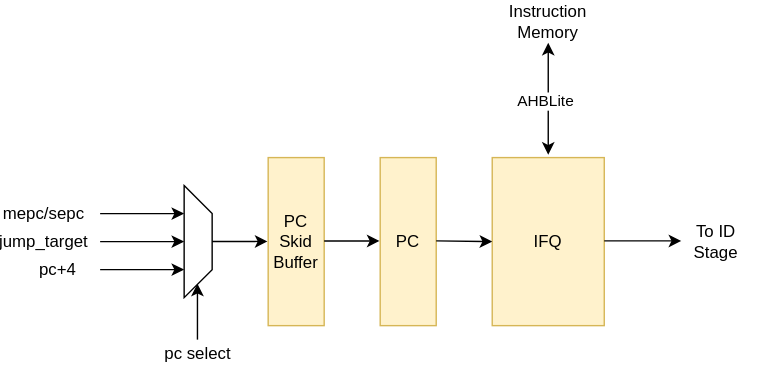
Earlier version of the draw.io export docs/cpu/assets/cpu/IF.drawio.svg (feipenghhq/TinyLinuxRV). Source tidied: cells renumbered, new cells last; positions are measured from the earlier drawing's top-left corner, leaving out a move shared by most shapes.
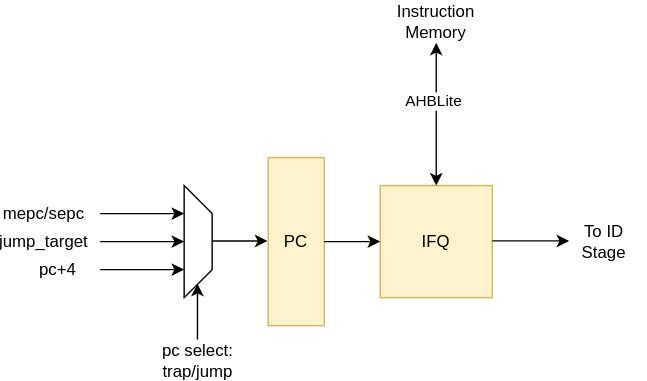
After the commit.

The edit, as a diff of the source:
```diff
@@ -6,63 +6,55 @@
       <mxGeometry x="270" y="112" width="40" height="120" as="geometry" />
     </mxCell>
     <mxCell id="3" style="shape=trapezoid;perimeter=trapezoidPerimeter;whiteSpace=wrap;html=1;shapeInside=1;fixedSize=1;rotation=90;" parent="1" vertex="1">
-      <mxGeometry x="100" y="162" width="80" height="20" as="geometry" />
+      <mxGeometry x="180" y="162" width="80" height="20" as="geometry" />
     </mxCell>
     <mxCell id="4" style="endArrow=classic;html=1;" parent="1" edge="1">
       <mxGeometry relative="1" as="geometry">
-        <mxPoint x="70" y="152" as="sourcePoint" />
-        <mxPoint x="130" y="152" as="targetPoint" />
+        <mxPoint x="150" y="152" as="sourcePoint" />
+        <mxPoint x="210" y="152" as="targetPoint" />
       </mxGeometry>
     </mxCell>
     <mxCell id="5" style="endArrow=classic;html=1;" parent="1" edge="1">
       <mxGeometry relative="1" as="geometry">
-        <mxPoint x="70" y="172" as="sourcePoint" />
-        <mxPoint x="130" y="172" as="targetPoint" />
+        <mxPoint x="150" y="172" as="sourcePoint" />
+        <mxPoint x="210" y="172" as="targetPoint" />
       </mxGeometry>
     </mxCell>
     <mxCell id="6" style="endArrow=classic;html=1;" parent="1" edge="1">
       <mxGeometry relative="1" as="geometry">
-        <mxPoint x="70" y="192" as="sourcePoint" />
-        <mxPoint x="130" y="192" as="targetPoint" />
+        <mxPoint x="150" y="192" as="sourcePoint" />
+        <mxPoint x="210" y="192" as="targetPoint" />
       </mxGeometry>
     </mxCell>
     <mxCell id="7" value="pc+4" style="text;html=1;whiteSpace=wrap;strokeColor=none;fillColor=none;align=center;verticalAlign=middle;rounded=0;" parent="1" vertex="1">
-      <mxGeometry x="10" y="182" width="60" height="20" as="geometry" />
+      <mxGeometry x="90" y="182" width="60" height="20" as="geometry" />
     </mxCell>
     <mxCell id="8" value="jump_target" style="text;html=1;whiteSpace=wrap;strokeColor=none;fillColor=none;align=center;verticalAlign=middle;rounded=0;" parent="1" vertex="1">
-      <mxGeometry y="162" width="60" height="20" as="geometry" />
+      <mxGeometry x="80" y="162" width="60" height="20" as="geometry" />
     </mxCell>
     <mxCell id="9" value="mepc/sepc" style="text;html=1;whiteSpace=wrap;strokeColor=none;fillColor=none;align=center;verticalAlign=middle;rounded=0;" parent="1" vertex="1">
-      <mxGeometry y="142" width="60" height="20" as="geometry" />
+      <mxGeometry x="80" y="142" width="60" height="20" as="geometry" />
     </mxCell>
     <mxCell id="10" style="endArrow=classic;html=1;" parent="1" edge="1">
       <mxGeometry relative="1" as="geometry">
-        <mxPoint x="139.5" y="242" as="sourcePoint" />
-        <mxPoint x="139.5" y="202" as="targetPoint" />
+        <mxPoint x="219.5" y="242" as="sourcePoint" />
+        <mxPoint x="219.5" y="202" as="targetPoint" />
       </mxGeometry>
     </mxCell>
-    <mxCell id="11" value="pc select" style="text;html=1;whiteSpace=wrap;strokeColor=none;fillColor=none;align=center;verticalAlign=middle;rounded=0;" parent="1" vertex="1">
-      <mxGeometry x="110" y="242" width="60" height="20" as="geometry" />
+    <mxCell id="11" value="pc select:&lt;div&gt;trap/jump&lt;/div&gt;" style="text;html=1;whiteSpace=wrap;strokeColor=none;fillColor=none;align=center;verticalAlign=middle;rounded=0;" parent="1" vertex="1">
+      <mxGeometry x="170" y="242" width="100" height="30" as="geometry" />
     </mxCell>
-    <mxCell id="12" style="edgeStyle=none;html=1;entryX=-0.012;entryY=0.332;entryDx=0;entryDy=0;entryPerimeter=0;" parent="1" edge="1">
-      <mxGeometry relative="1" as="geometry">
-        <mxPoint x="150" y="171.9" as="sourcePoint" />
-        <mxPoint x="189.5" y="171.8" as="targetPoint" />
-      </mxGeometry>
-    </mxCell>
     <mxCell id="13" value="Instruction Memory" style="text;html=1;whiteSpace=wrap;strokeColor=none;fillColor=none;align=center;verticalAlign=middle;rounded=0;" parent="1" vertex="1">
       <mxGeometry x="360" width="60" height="30" as="geometry" />
     </mxCell>
     <mxCell id="14" value="IFQ" style="rounded=0;whiteSpace=wrap;html=1;fillColor=#fff2cc;strokeColor=#d6b656;" parent="1" vertex="1">
-      <mxGeometry x="350" y="112" width="80" height="120" as="geometry" />
+      <mxGeometry x="350" y="132" width="80" height="80" as="geometry" />
     </mxCell>
-    <mxCell id="15" style="endArrow=classic;startArrow=classic;html=1;" parent="1" edge="1" target="13">
-      <mxGeometry relative="1" as="geometry">
-        <mxPoint x="390" y="110" as="sourcePoint" />
-      </mxGeometry>
+    <mxCell id="15" style="endArrow=classic;startArrow=classic;html=1;exitX=0.5;exitY=0;exitDx=0;exitDy=0;" parent="1" edge="1" source="14" target="13">
+      <mxGeometry relative="1" as="geometry" />
     </mxCell>
     <mxCell id="16" value="AHBLite" style="edgeLabel;html=1;align=center;verticalAlign=middle;inheritText=1;" parent="15" vertex="1">
-      <mxGeometry x="-0.02" y="3" relative="1" as="geometry" />
+      <mxGeometry x="0.17" y="3" relative="1" as="geometry" />
     </mxCell>
     <mxCell id="17" style="endArrow=classic;html=1;" parent="1" edge="1">
       <mxGeometry relative="1" as="geometry">
@@ -73,14 +65,9 @@
     <mxCell id="18" value="To ID Stage" style="text;html=1;whiteSpace=wrap;strokeColor=none;fillColor=none;align=center;verticalAlign=middle;rounded=0;" parent="1" vertex="1">
       <mxGeometry x="480" y="157" width="60" height="30" as="geometry" />
     </mxCell>
-    <mxCell id="19" style="endArrow=classic;html=1;entryX=0;entryY=0.5;entryDx=0;entryDy=0;" parent="1" edge="1" target="14">
-      <mxGeometry relative="1" as="geometry">
-        <mxPoint x="310" y="171.5" as="sourcePoint" />
-      </mxGeometry>
+    <mxCell id="19" style="endArrow=classic;html=1;entryX=0;entryY=0.5;entryDx=0;entryDy=0;exitX=1;exitY=0.5;exitDx=0;exitDy=0;" parent="1" edge="1" source="2" target="14">
+      <mxGeometry relative="1" as="geometry" />
     </mxCell>
-    <mxCell id="20" value="PC&lt;div&gt;Skid Buffer&lt;/div&gt;" style="rounded=0;whiteSpace=wrap;html=1;fillColor=#fff2cc;strokeColor=#d6b656;" parent="1" vertex="1">
-      <mxGeometry x="190" y="112" width="40" height="120" as="geometry" />
-    </mxCell>
     <mxCell id="21" style="edgeStyle=none;html=1;entryX=-0.012;entryY=0.332;entryDx=0;entryDy=0;entryPerimeter=0;" parent="1" edge="1">
       <mxGeometry relative="1" as="geometry">
         <mxPoint x="230" y="171.6" as="sourcePoint" />
```
